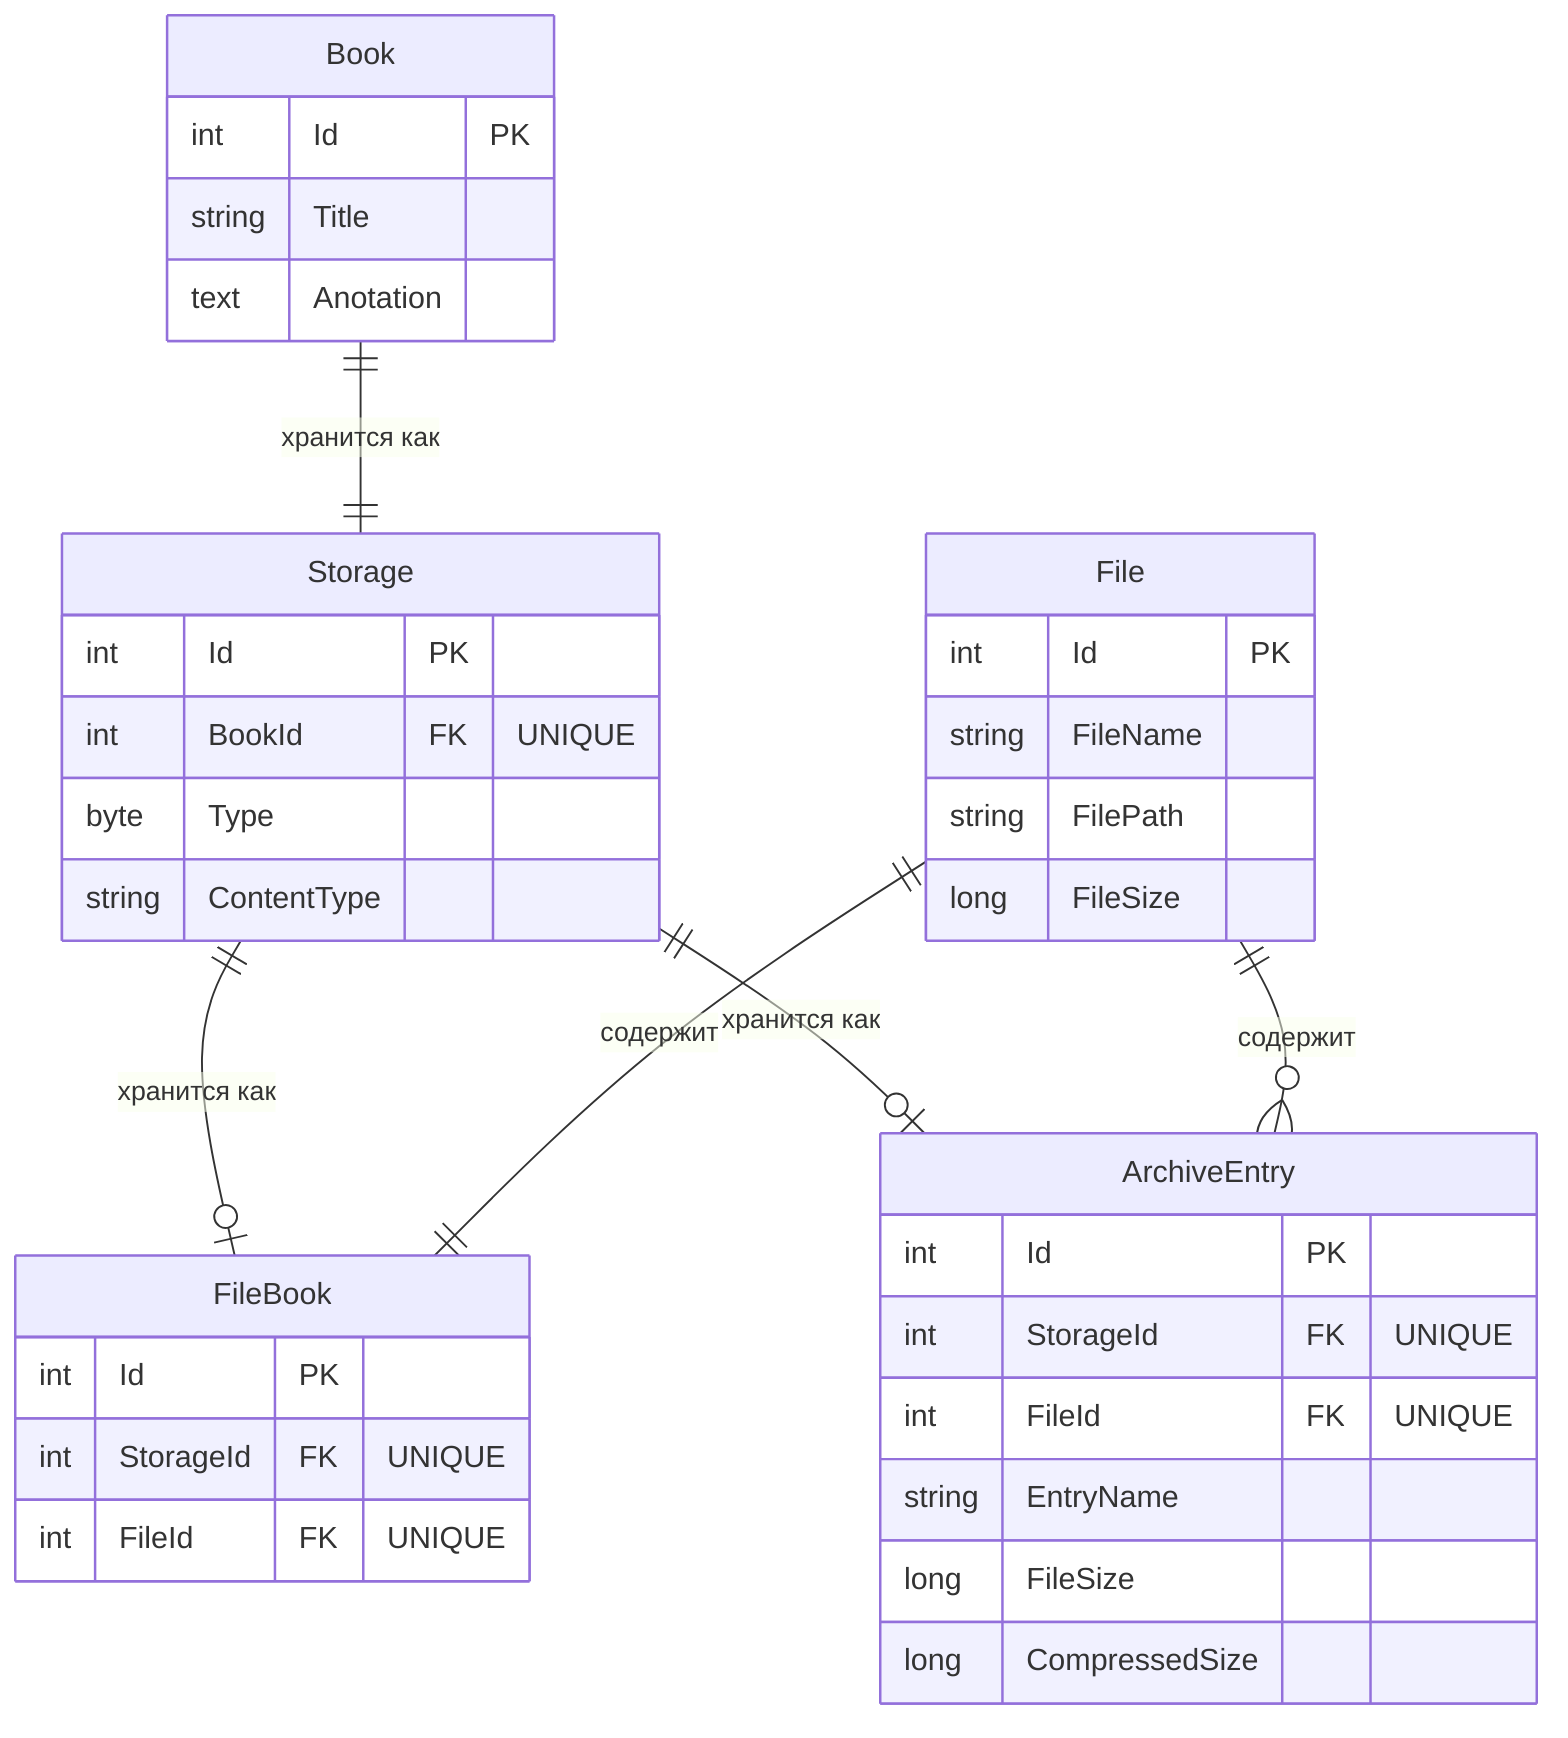
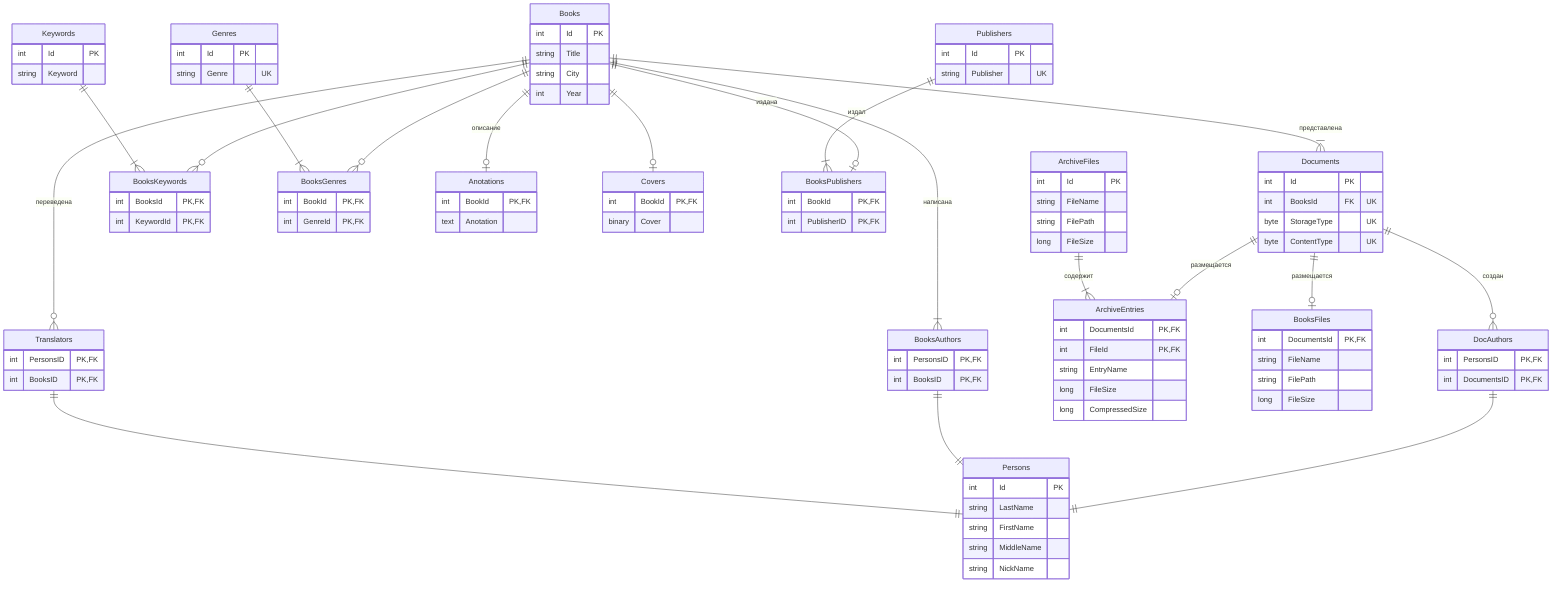
erDiagram
-     Book ||--|| Storage : "хранится как"
-     Storage ||--o| FileBook : "хранится как"
-     Storage ||--o| ArchiveEntry : "хранится как"
-     File || --o{ ArchiveEntry : содержит
-     File || --|| FileBook : содержит
+     Books ||--|{ Documents : "представлена"
+     Books ||--o{ BooksKeywords: ""
+     Keywords||--|{ BooksKeywords: ""
+     Books ||--o{ BooksGenres : ""
+     Genres ||--|{ BooksGenres : ""
+     Books ||--|{ BooksAuthors  : "написана"
+     Books ||--o{ Translators  : "переведена"
+     Books ||--o| Anotations : "описание"
+     Books ||--o| Covers : ""
+     Books ||--o| BooksPublishers : "издана"
+     Publishers ||--|{ BooksPublishers : "издал"

-     Book {
+     Documents ||--o| ArchiveEntries : "размещается"
+     ArchiveFiles ||--|{ ArchiveEntries : "содержит"
+     Documents ||--o| BooksFiles : "размещается"
+     Documents ||--o{ DocAuthors : "создан"
+ 
+     DocAuthors ||--|| Persons : ""
+     BooksAuthors ||--|| Persons : ""
+     Translators ||--|| Persons : ""
+ 
+     Books {
        int Id PK
        string Title
+         string City
+         int Year
+     }
+ 
+     BooksKeywords{
+         int BooksId     PK, FK
+         int KeywordId   PK, FK
+     }
+ 
+     Keywords{
+         int Id PK
+         string Keyword
+     }
+ 
+     Genres{
+         int Id PK
+         string Genre       "UK"
+     }
+ 
+     BooksGenres{
+         int BookId  PK, FK
+         int GenreId PK, FK
+     }
+ 
+     Documents{
+         int Id PK
+         int BooksId FK "UK"
+         byte StorageType "UK"
+         byte ContentType "UK"
+     }
+ 
+     Anotations{
+         int BookId PK, FK
        text Anotation
    }

-     Storage{
-         int Id PK
-         int BookId FK "UNIQUE"
-         byte Type
-         string ContentType
+     BooksFiles {
+         int DocumentsId PK, FK
+         string FileName
+         string FilePath
+         long FileSize
    }

-     FileBook {
-         int Id PK
-         int StorageId FK "UNIQUE"
-         int FileId FK "UNIQUE"
-     }
- 
-     ArchiveEntry {
-         int Id PK
-         int StorageId FK "UNIQUE"
-         int FileId FK "UNIQUE"
+     ArchiveEntries {
+         int DocumentsId PK, FK
+         int FileId      PK, FK
        string EntryName
        long FileSize
        long CompressedSize
    }

-     File{
+     ArchiveFiles{
        int Id PK
        string FileName
        string FilePath
        long FileSize
-     }+     }
+ 
+     BooksAuthors{
+         int PersonsID PK, FK
+         int BooksID   PK, FK
+     }
+ 
+     Translators{
+         int PersonsID PK, FK
+         int BooksID   PK, FK
+     }
+ 
+     DocAuthors{
+         int PersonsID     PK, FK
+         int DocumentsID   PK, FK
+     }
+ 
+     Persons{
+         int Id PK
+         string LastName
+         string FirstName
+         string MiddleName
+         string NickName
+     }
+ 
+     Covers{
+         int BookId PK, FK
+         binary Cover
+     }
+ 
+      Publishers{
+         int Id PK
+         string Publisher "UK"
+      }
+ 
+      BooksPublishers{
+         int BookId      PK, FK
+         int PublisherID PK, FK
+      }